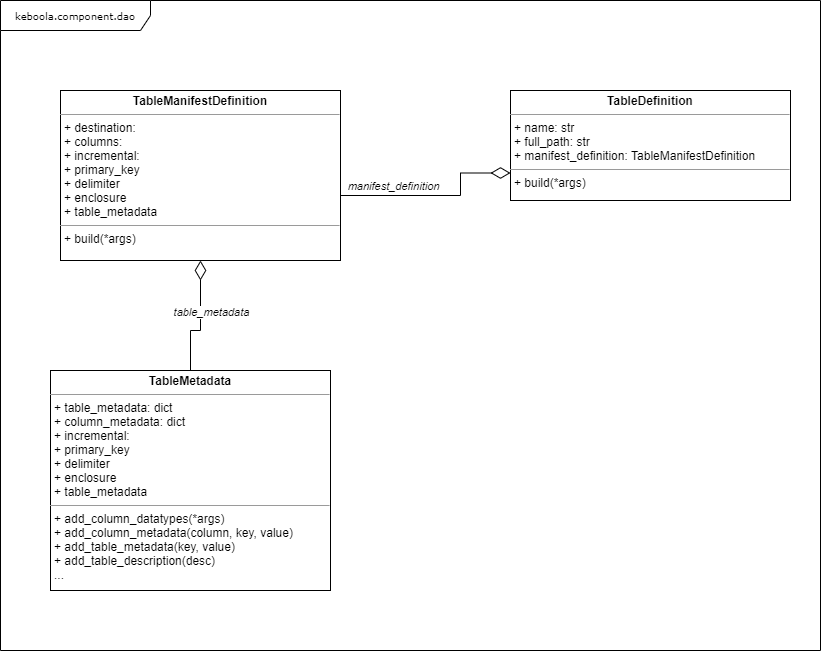
Earlier version of the draw.io export docs/imgs/TableDefinition_class.png (keboola/python-component). Source tidied: cells renumbered, new cells last; positions are measured from the earlier drawing's top-left corner, leaving out a move shared by most shapes.
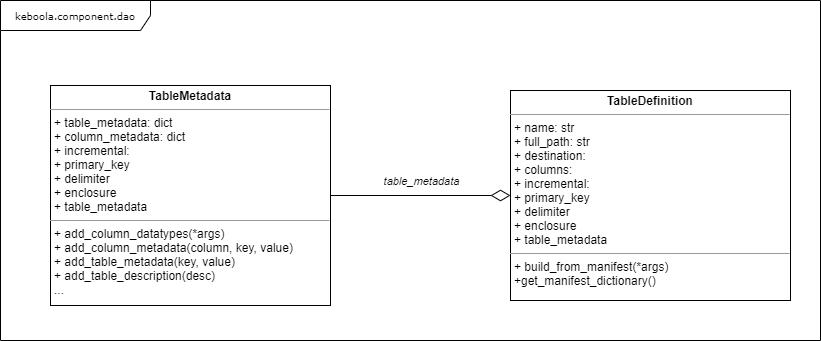
The same file after the commit.

Commit message:
REFACTOR flatten tabledefinition structure, update docs

Change to the diagram source:
```diff
@@ -3,45 +3,21 @@
     <mxCell id="0" />
     <mxCell id="1" parent="0" />
     <mxCell id="2" value="keboola.component.dao" style="shape=umlFrame;whiteSpace=wrap;html=1;rounded=0;shadow=0;comic=0;labelBackgroundColor=none;strokeWidth=1;fontFamily=Verdana;fontSize=10;align=center;width=150;height=30;" parent="1" vertex="1">
-      <mxGeometry width="820" height="650" as="geometry" />
+      <mxGeometry width="820" height="340" as="geometry" />
     </mxCell>
-    <mxCell id="3" value="&lt;p style=&quot;margin: 0px ; margin-top: 4px ; text-align: center&quot;&gt;&lt;b&gt;TableDefinition&lt;/b&gt;&lt;/p&gt;&lt;hr size=&quot;1&quot;&gt;&lt;p style=&quot;margin: 0px ; margin-left: 4px&quot;&gt;+ name: str&lt;br&gt;+ full_path: str&lt;/p&gt;&lt;p style=&quot;margin: 0px ; margin-left: 4px&quot;&gt;+ manifest_definition: TableManifestDefinition&lt;/p&gt;&lt;hr size=&quot;1&quot;&gt;&lt;p style=&quot;margin: 0px ; margin-left: 4px&quot;&gt;+ build(*args)&lt;/p&gt;" style="verticalAlign=top;align=left;overflow=fill;fontSize=12;fontFamily=Helvetica;html=1;rounded=0;shadow=0;comic=0;labelBackgroundColor=none;strokeWidth=1;" parent="1" vertex="1">
-      <mxGeometry x="510" y="90" width="280" height="110" as="geometry" />
+    <mxCell id="3" value="&lt;p style=&quot;margin: 0px ; margin-top: 4px ; text-align: center&quot;&gt;&lt;b&gt;TableDefinition&lt;/b&gt;&lt;/p&gt;&lt;hr size=&quot;1&quot;&gt;&lt;p style=&quot;margin: 0px ; margin-left: 4px&quot;&gt;+ name: str&lt;br&gt;+ full_path: str&lt;/p&gt;&lt;p style=&quot;margin: 0px 0px 0px 4px&quot;&gt;+ destination:&amp;nbsp;&lt;br&gt;+ columns:&amp;nbsp;&lt;/p&gt;&lt;p style=&quot;margin: 0px 0px 0px 4px&quot;&gt;+ incremental:&lt;/p&gt;&lt;p style=&quot;margin: 0px 0px 0px 4px&quot;&gt;+ primary_key&lt;/p&gt;&lt;p style=&quot;margin: 0px 0px 0px 4px&quot;&gt;+ delimiter&lt;/p&gt;&lt;p style=&quot;margin: 0px 0px 0px 4px&quot;&gt;+ enclosure&lt;/p&gt;&lt;p style=&quot;margin: 0px 0px 0px 4px&quot;&gt;+ table_metadata&lt;/p&gt;&lt;hr size=&quot;1&quot;&gt;&lt;p style=&quot;margin: 0px ; margin-left: 4px&quot;&gt;+ build_from_manifest(*args)&lt;/p&gt;&lt;p style=&quot;margin: 0px ; margin-left: 4px&quot;&gt;+get_manifest_dictionary()&lt;/p&gt;" style="verticalAlign=top;align=left;overflow=fill;fontSize=12;fontFamily=Helvetica;html=1;rounded=0;shadow=0;comic=0;labelBackgroundColor=none;strokeWidth=1;" parent="1" vertex="1">
+      <mxGeometry x="510" y="90" width="280" height="210" as="geometry" />
     </mxCell>
-    <mxCell id="4" style="edgeStyle=orthogonalEdgeStyle;rounded=0;jettySize=auto;html=1;exitX=1;exitY=0.5;exitDx=0;exitDy=0;entryX=0;entryY=0.75;entryDx=0;entryDy=0;endArrow=diamondThin;endFill=0;strokeWidth=1;endSize=17;" parent="1" edge="1" source="6" target="3">
-      <mxGeometry relative="1" as="geometry">
-        <Array as="points">
-          <mxPoint x="460" y="195" />
-          <mxPoint x="460" y="173" />
-        </Array>
-      </mxGeometry>
+    <mxCell id="4" style="edgeStyle=orthogonalEdgeStyle;rounded=0;jettySize=auto;html=1;exitX=1;exitY=0.5;exitDx=0;exitDy=0;endArrow=diamondThin;endFill=0;endSize=17;strokeWidth=1;entryX=0;entryY=0.5;entryDx=0;entryDy=0;" parent="1" edge="1" source="6" target="3">
+      <mxGeometry relative="1" as="geometry" />
     </mxCell>
-    <mxCell id="5" value="manifest_definition" style="edgeLabel;html=1;align=center;verticalAlign=middle;fontStyle=2;" parent="4" vertex="1">
-      <mxGeometry x="-0.47" y="6" relative="1" as="geometry">
-        <mxPoint x="16" y="-4" as="offset" />
+    <mxCell id="5" value="table_metadata" style="edgeLabel;html=1;align=center;verticalAlign=middle;fontStyle=2;" parent="4" vertex="1">
+      <mxGeometry x="0.15" y="4" relative="1" as="geometry">
+        <mxPoint x="-13" y="-11" as="offset" />
       </mxGeometry>
     </mxCell>
-    <mxCell id="6" value="&lt;p style=&quot;margin: 0px ; margin-top: 4px ; text-align: center&quot;&gt;&lt;b&gt;TableManifestDefinition&lt;/b&gt;&lt;/p&gt;&lt;hr size=&quot;1&quot;&gt;&lt;p style=&quot;margin: 0px ; margin-left: 4px&quot;&gt;+ destination:&amp;nbsp;&lt;br&gt;+ columns:&amp;nbsp;&lt;/p&gt;&lt;p style=&quot;margin: 0px ; margin-left: 4px&quot;&gt;+ incremental:&lt;/p&gt;&lt;p style=&quot;margin: 0px ; margin-left: 4px&quot;&gt;+ primary_key&lt;/p&gt;&lt;p style=&quot;margin: 0px ; margin-left: 4px&quot;&gt;+ delimiter&lt;/p&gt;&lt;p style=&quot;margin: 0px ; margin-left: 4px&quot;&gt;+ enclosure&lt;/p&gt;&lt;p style=&quot;margin: 0px ; margin-left: 4px&quot;&gt;+ table_metadata&lt;/p&gt;&lt;hr size=&quot;1&quot;&gt;&lt;p style=&quot;margin: 0px ; margin-left: 4px&quot;&gt;+ build(*args)&lt;/p&gt;" style="verticalAlign=top;align=left;overflow=fill;fontSize=12;fontFamily=Helvetica;html=1;rounded=0;shadow=0;comic=0;labelBackgroundColor=none;strokeWidth=1;" parent="1" vertex="1">
-      <mxGeometry x="60" y="90" width="280" height="170" as="geometry" />
+    <mxCell id="6" value="&lt;p style=&quot;margin: 0px ; margin-top: 4px ; text-align: center&quot;&gt;&lt;b&gt;TableMetadata&lt;/b&gt;&lt;/p&gt;&lt;hr size=&quot;1&quot;&gt;&lt;p style=&quot;margin: 0px ; margin-left: 4px&quot;&gt;+ table_metadata: dict&amp;nbsp;&lt;br&gt;+ column_metadata: dict&amp;nbsp;&lt;/p&gt;&lt;p style=&quot;margin: 0px ; margin-left: 4px&quot;&gt;+ incremental:&lt;/p&gt;&lt;p style=&quot;margin: 0px ; margin-left: 4px&quot;&gt;+ primary_key&lt;/p&gt;&lt;p style=&quot;margin: 0px ; margin-left: 4px&quot;&gt;+ delimiter&lt;/p&gt;&lt;p style=&quot;margin: 0px ; margin-left: 4px&quot;&gt;+ enclosure&lt;/p&gt;&lt;p style=&quot;margin: 0px ; margin-left: 4px&quot;&gt;+ table_metadata&lt;/p&gt;&lt;hr size=&quot;1&quot;&gt;&lt;p style=&quot;margin: 0px ; margin-left: 4px&quot;&gt;+ add_column_datatypes(*args)&lt;/p&gt;&lt;p style=&quot;margin: 0px ; margin-left: 4px&quot;&gt;+ add_column_metadata(column, key, value)&lt;br&gt;&lt;/p&gt;&lt;p style=&quot;margin: 0px ; margin-left: 4px&quot;&gt;+ add_table_metadata(key, value)&lt;br&gt;&lt;/p&gt;&lt;p style=&quot;margin: 0px ; margin-left: 4px&quot;&gt;+ add_table_description(desc)&lt;br&gt;&lt;/p&gt;&lt;p style=&quot;margin: 0px ; margin-left: 4px&quot;&gt;...&lt;/p&gt;" style="verticalAlign=top;align=left;overflow=fill;fontSize=12;fontFamily=Helvetica;html=1;rounded=0;shadow=0;comic=0;labelBackgroundColor=none;strokeWidth=1;" parent="1" vertex="1">
+      <mxGeometry x="50" y="85" width="280" height="220" as="geometry" />
     </mxCell>
-    <mxCell id="7" style="edgeStyle=orthogonalEdgeStyle;rounded=0;jettySize=auto;html=1;exitX=0.5;exitY=0;exitDx=0;exitDy=0;entryX=0.5;entryY=1;entryDx=0;entryDy=0;endArrow=diamondThin;endFill=0;endSize=17;strokeWidth=1;" parent="1" edge="1" source="10" target="6">
-      <mxGeometry relative="1" as="geometry">
-        <Array as="points">
-          <mxPoint x="190" y="330" />
-          <mxPoint x="200" y="330" />
-        </Array>
-      </mxGeometry>
-    </mxCell>
-    <mxCell id="8" value="d" style="edgeLabel;html=1;align=center;verticalAlign=middle;" parent="7" vertex="1">
-      <mxGeometry x="0.1" y="-3" relative="1" as="geometry" />
-    </mxCell>
-    <mxCell id="9" value="table_metadata" style="edgeLabel;html=1;align=center;verticalAlign=middle;fontStyle=2;" parent="7" vertex="1">
-      <mxGeometry x="0.15" y="4" relative="1" as="geometry">
-        <mxPoint x="14" as="offset" />
-      </mxGeometry>
-    </mxCell>
-    <mxCell id="10" value="&lt;p style=&quot;margin: 0px ; margin-top: 4px ; text-align: center&quot;&gt;&lt;b&gt;TableMetadata&lt;/b&gt;&lt;/p&gt;&lt;hr size=&quot;1&quot;&gt;&lt;p style=&quot;margin: 0px ; margin-left: 4px&quot;&gt;+ table_metadata: dict&amp;nbsp;&lt;br&gt;+ column_metadata: dict&amp;nbsp;&lt;/p&gt;&lt;p style=&quot;margin: 0px ; margin-left: 4px&quot;&gt;+ incremental:&lt;/p&gt;&lt;p style=&quot;margin: 0px ; margin-left: 4px&quot;&gt;+ primary_key&lt;/p&gt;&lt;p style=&quot;margin: 0px ; margin-left: 4px&quot;&gt;+ delimiter&lt;/p&gt;&lt;p style=&quot;margin: 0px ; margin-left: 4px&quot;&gt;+ enclosure&lt;/p&gt;&lt;p style=&quot;margin: 0px ; margin-left: 4px&quot;&gt;+ table_metadata&lt;/p&gt;&lt;hr size=&quot;1&quot;&gt;&lt;p style=&quot;margin: 0px ; margin-left: 4px&quot;&gt;+ add_column_datatypes(*args)&lt;/p&gt;&lt;p style=&quot;margin: 0px ; margin-left: 4px&quot;&gt;+ add_column_metadata(column, key, value)&lt;br&gt;&lt;/p&gt;&lt;p style=&quot;margin: 0px ; margin-left: 4px&quot;&gt;+ add_table_metadata(key, value)&lt;br&gt;&lt;/p&gt;&lt;p style=&quot;margin: 0px ; margin-left: 4px&quot;&gt;+ add_table_description(desc)&lt;br&gt;&lt;/p&gt;&lt;p style=&quot;margin: 0px ; margin-left: 4px&quot;&gt;...&lt;/p&gt;" style="verticalAlign=top;align=left;overflow=fill;fontSize=12;fontFamily=Helvetica;html=1;rounded=0;shadow=0;comic=0;labelBackgroundColor=none;strokeWidth=1;" parent="1" vertex="1">
-      <mxGeometry x="50" y="370" width="280" height="220" as="geometry" />
-    </mxCell>
   </root>
 </mxGraphModel>
```
